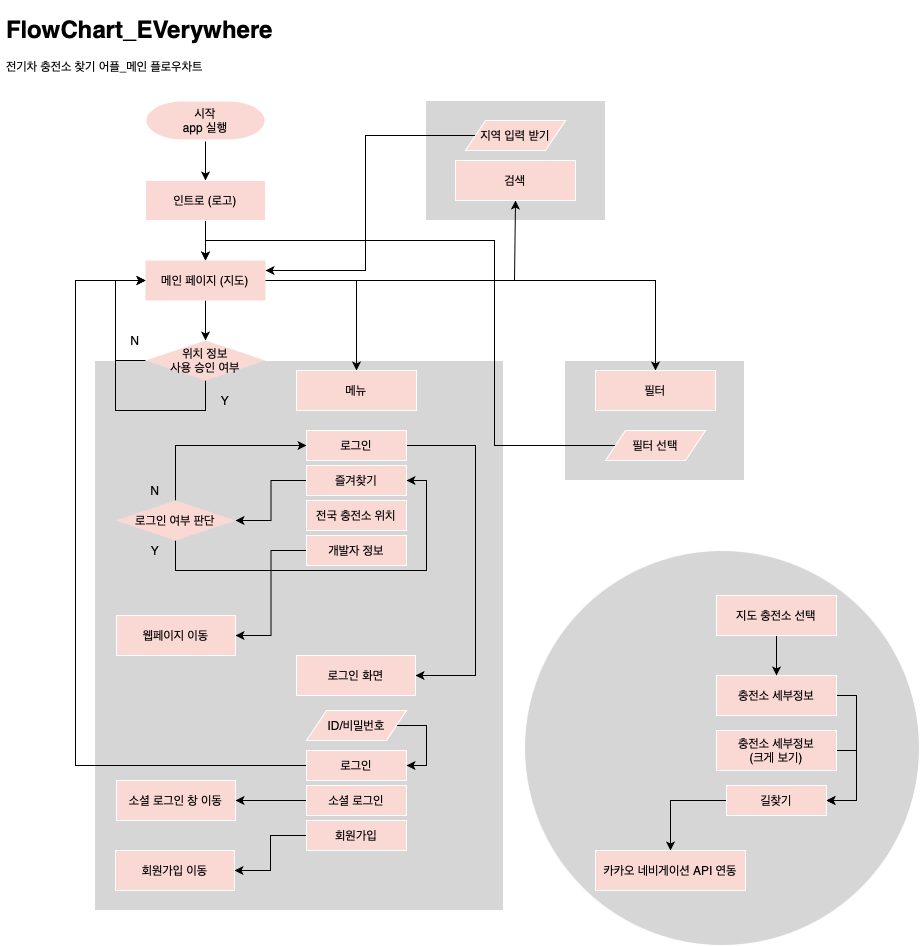
This is team3 project proposal/EVerywhereFlowchart.png from Team-Perseus/Projects_Description, a draw.io export, as it was before one commit. Source tidied: cells renumbered, new cells last; positions are measured from the earlier drawing's top-left corner, leaving out a move shared by most shapes.
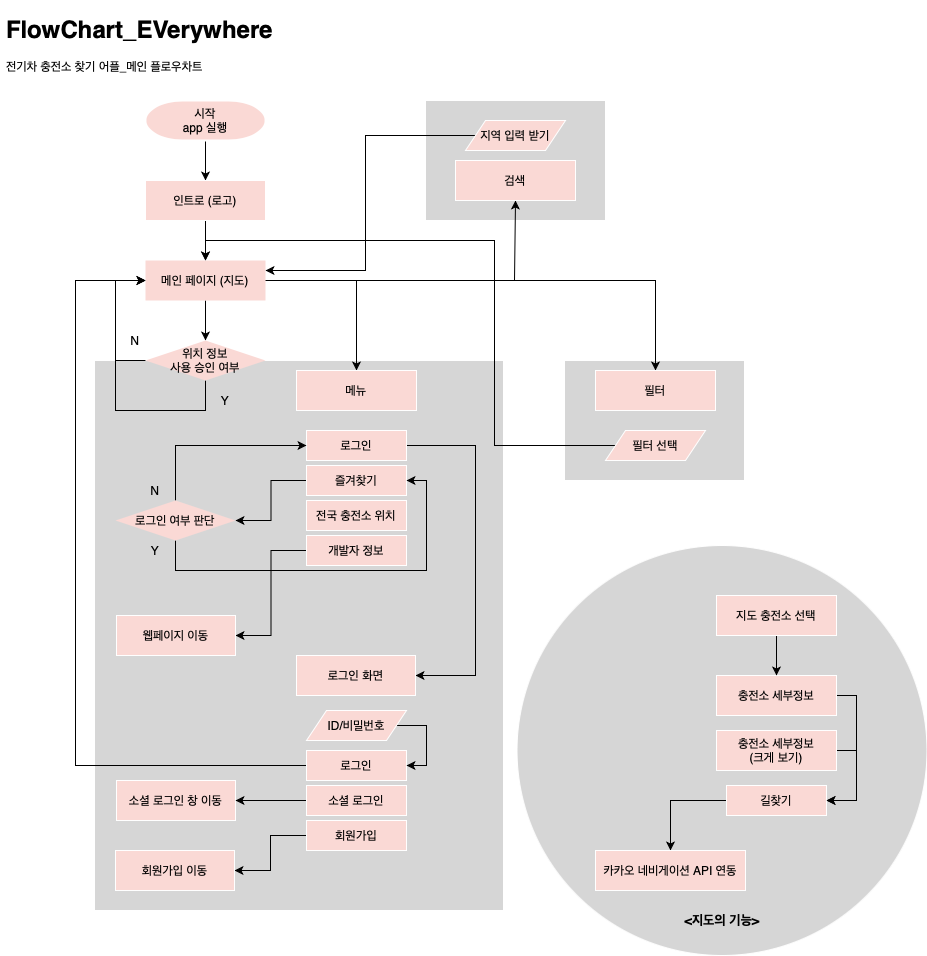
Above is the later version.

Commit message:
team3 기획서 피드백 수정2

Change to the diagram source:
```diff
@@ -6,7 +6,7 @@
       <mxGeometry x="425" y="90" width="180" height="120" as="geometry" />
     </mxCell>
     <mxCell id="3" style="ellipse;whiteSpace=wrap;html=1;strokeColor=#FFFFFF;fillColor=#D6D6D6;gradientColor=none;" parent="1" vertex="1">
-      <mxGeometry x="524" y="540" width="395" height="395" as="geometry" />
+      <mxGeometry x="516.5" y="535" width="410" height="410" as="geometry" />
     </mxCell>
     <mxCell id="4" style="rounded=0;whiteSpace=wrap;html=1;strokeColor=#FFFFFF;fillColor=#D6D6D6;gradientColor=none;" parent="1" vertex="1">
       <mxGeometry x="564" y="350" width="180" height="120" as="geometry" />
@@ -246,5 +246,8 @@
     <mxCell id="62" value="카카오 네비게이션 API 연동" style="rounded=0;whiteSpace=wrap;html=1;fillColor=#fad9d5;strokeColor=#FFFFFF;" parent="1" vertex="1">
       <mxGeometry x="595" y="840" width="150" height="40" as="geometry" />
     </mxCell>
+    <mxCell id="63" value="&amp;lt;지도의 기능&amp;gt;" style="text;html=1;strokeColor=none;fillColor=none;align=center;verticalAlign=middle;whiteSpace=wrap;rounded=0;fontSize=13;fontStyle=1;" parent="1" vertex="1">
+      <mxGeometry x="661.5" y="900" width="120" height="20" as="geometry" />
+    </mxCell>
   </root>
 </mxGraphModel>
```
